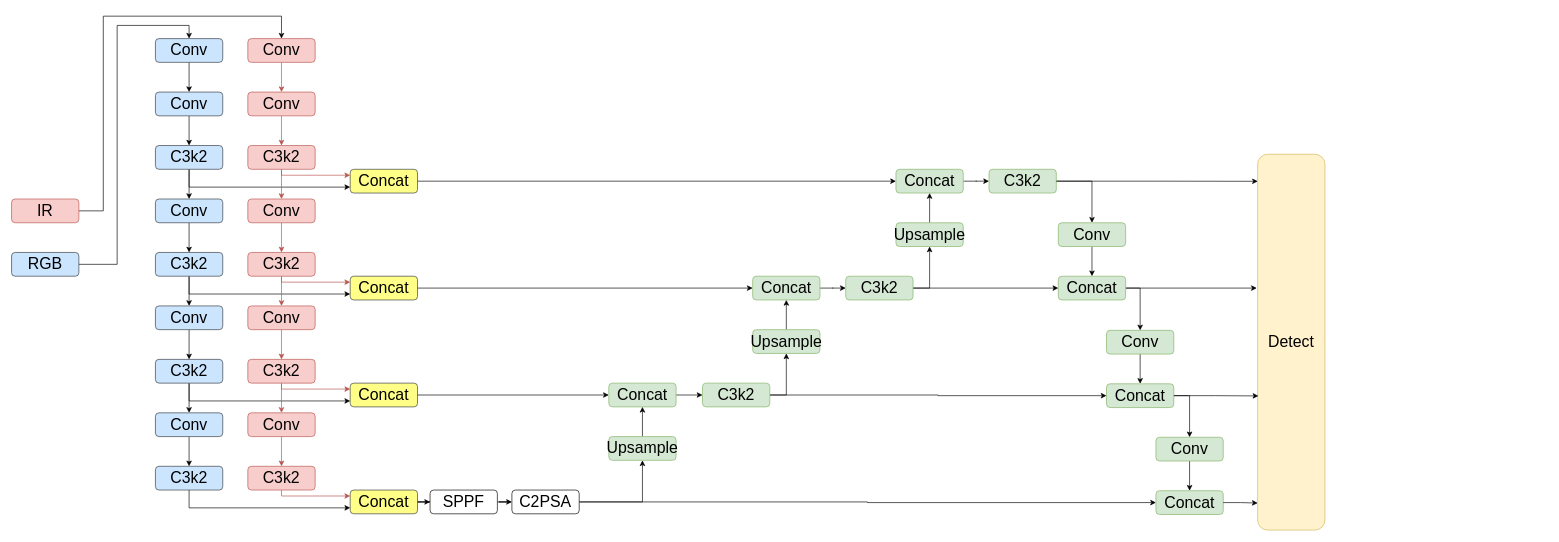
This is baselinep2345.drawio from COSMOSHH/drawio-github, a draw.io file, before an edit. Source tidied: cells renumbered, new cells numbered last; positions are measured from the earlier drawing's top-left corner, leaving out a move shared by most shapes. Both pictures are drawn from the tidied source at 66%, with x=0, y=0 at pixel (11, 16).
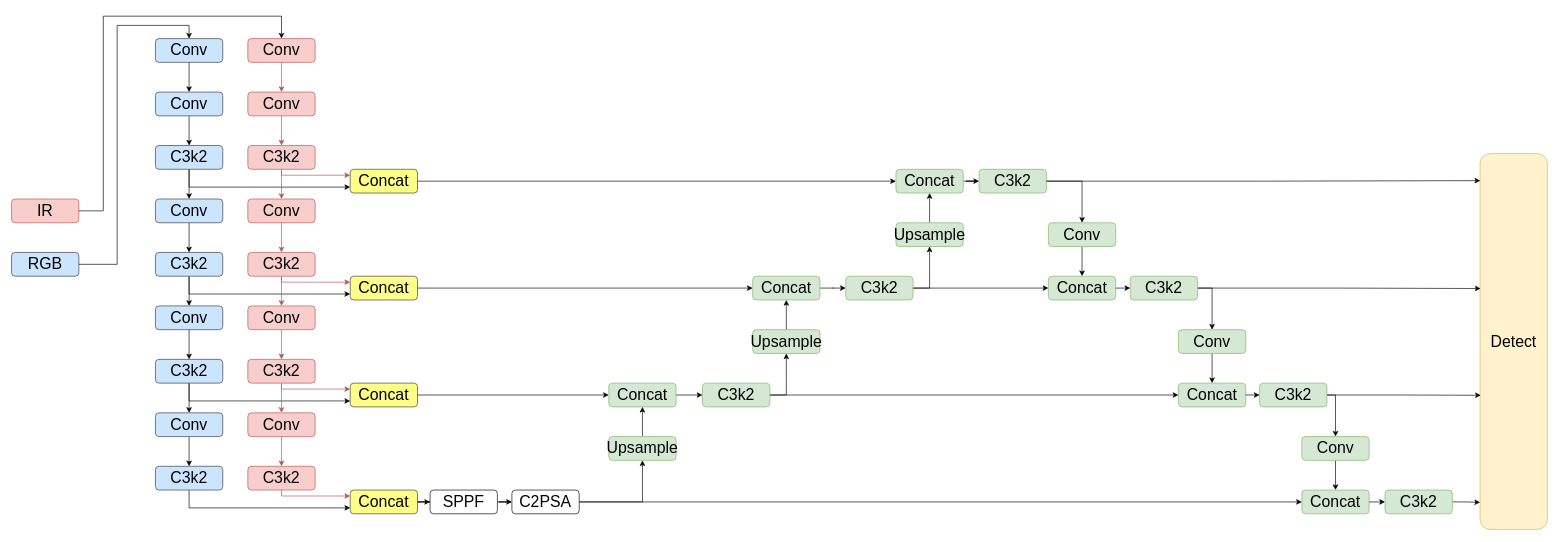
The same diagram, later.

The edit, as a diff of the source:
```diff
@@
     <mxCell id="28" value="&lt;span style=&quot;font-size: 24px;&quot;&gt;Conv&lt;/span&gt;" style="rounded=1;whiteSpace=wrap;html=1;fillColor=#d5e8d4;strokeColor=#82b366;" parent="1" vertex="1">
-      <mxGeometry x="1659" y="476" width="102" height="36" as="geometry" />
+      <mxGeometry x="1768" y="475" width="102" height="36" as="geometry" />
     </mxCell>
-    <mxCell id="29" style="edgeStyle=orthogonalEdgeStyle;rounded=0;jettySize=auto;html=1;exitX=1;exitY=0.5;exitDx=0;exitDy=0;entryX=0.5;entryY=0;entryDx=0;entryDy=0;" parent="1" edge="1" source="30" target="32">
-      <mxGeometry relative="1" as="geometry" />
-    </mxCell>
     <mxCell id="30" value="&lt;span style=&quot;font-size: 24px;&quot;&gt;Concat&lt;/span&gt;" style="rounded=1;whiteSpace=wrap;html=1;fillColor=#d5e8d4;strokeColor=#82b366;" parent="1" vertex="1">
-      <mxGeometry x="1659" y="557" width="102" height="36" as="geometry" />
+      <mxGeometry x="1768" y="556" width="102" height="36" as="geometry" />
     </mxCell>
@@
     <mxCell id="32" value="&lt;span style=&quot;font-size: 24px;&quot;&gt;Conv&lt;/span&gt;" style="rounded=1;whiteSpace=wrap;html=1;fillColor=#d5e8d4;strokeColor=#82b366;" parent="1" vertex="1">
-      <mxGeometry x="1733.9" y="638" width="102" height="36" as="geometry" />
+      <mxGeometry x="1955" y="637" width="102" height="36" as="geometry" />
     </mxCell>
     <mxCell id="33" value="&lt;span style=&quot;font-size: 24px;&quot;&gt;Concat&lt;/span&gt;" style="rounded=1;whiteSpace=wrap;html=1;fillColor=#d5e8d4;strokeColor=#82b366;" parent="1" vertex="1">
-      <mxGeometry x="1733.9" y="719" width="102" height="36" as="geometry" />
+      <mxGeometry x="1955" y="718" width="102" height="36" as="geometry" />
     </mxCell>
     <mxCell id="34" value="&lt;span style=&quot;font-size: 24px;&quot;&gt;Detect&lt;/span&gt;" style="rounded=1;whiteSpace=wrap;html=1;fillColor=#fff2cc;strokeColor=#d6b656;" parent="1" vertex="1">
-      <mxGeometry x="1888" y="209.2" width="102" height="569.5" as="geometry" />
+      <mxGeometry x="2225" y="208.2" width="102" height="569.5" as="geometry" />
     </mxCell>
@@
     <mxCell id="86" value="&lt;span style=&quot;font-size: 24px;&quot;&gt;C3k2&lt;/span&gt;" style="rounded=1;whiteSpace=wrap;html=1;fillColor=#d5e8d4;strokeColor=#82b366;" parent="1" vertex="1">
-      <mxGeometry x="1481" y="232" width="102" height="36" as="geometry" />
+      <mxGeometry x="1466" y="232" width="102" height="36" as="geometry" />
     </mxCell>
@@
     <mxCell id="90" value="&lt;span style=&quot;font-size: 24px;&quot;&gt;Conv&lt;/span&gt;" style="rounded=1;whiteSpace=wrap;html=1;fillColor=#d5e8d4;strokeColor=#82b366;" parent="1" vertex="1">
-      <mxGeometry x="1586" y="313" width="102" height="36" as="geometry" />
+      <mxGeometry x="1571" y="313" width="102" height="36" as="geometry" />
     </mxCell>
-    <mxCell id="91" style="edgeStyle=orthogonalEdgeStyle;rounded=0;jettySize=auto;html=1;exitX=1;exitY=0.5;exitDx=0;exitDy=0;entryX=0.5;entryY=0;entryDx=0;entryDy=0;" parent="1" edge="1" source="93" target="28">
-      <mxGeometry relative="1" as="geometry" />
-    </mxCell>
-    <mxCell id="92" style="edgeStyle=orthogonalEdgeStyle;rounded=0;jettySize=auto;html=1;exitX=1;exitY=0.5;exitDx=0;exitDy=0;" parent="1" edge="1" source="93">
-      <mxGeometry relative="1" as="geometry">
-        <mxPoint x="1886.7" y="412" as="targetPoint" />
-      </mxGeometry>
+    <mxCell id="92" style="edgeStyle=orthogonalEdgeStyle;rounded=0;jettySize=auto;html=1;exitX=1;exitY=0.5;exitDx=0;exitDy=0;entryX=0.008;entryY=0.359;entryDx=0;entryDy=0;entryPerimeter=0;" parent="1" edge="1" source="102" target="34">
+      <mxGeometry relative="1" as="geometry" />
     </mxCell>
+    <mxCell id="97" style="edgeStyle=orthogonalEdgeStyle;rounded=0;jettySize=auto;html=1;exitX=1;exitY=0.5;exitDx=0;exitDy=0;entryX=0.5;entryY=0;entryDx=0;entryDy=0;" parent="1" edge="1" source="102" target="28">
+      <mxGeometry relative="1" as="geometry" />
+    </mxCell>
     <mxCell id="93" value="&lt;span style=&quot;font-size: 24px;&quot;&gt;Concat&lt;/span&gt;" style="rounded=1;whiteSpace=wrap;html=1;fillColor=#d5e8d4;strokeColor=#82b366;" parent="1" vertex="1">
-      <mxGeometry x="1586" y="394" width="102" height="36" as="geometry" />
+      <mxGeometry x="1571" y="394" width="102" height="36" as="geometry" />
     </mxCell>
@@
-    <mxCell id="95" style="edgeStyle=orthogonalEdgeStyle;rounded=0;jettySize=auto;html=1;exitX=1;exitY=0.5;exitDx=0;exitDy=0;entryX=0.011;entryY=0.643;entryDx=0;entryDy=0;entryPerimeter=0;" parent="1" edge="1" source="30" target="34">
+    <mxCell id="95" style="edgeStyle=orthogonalEdgeStyle;rounded=0;jettySize=auto;html=1;exitX=1;exitY=0.5;exitDx=0;exitDy=0;entryX=0.011;entryY=0.643;entryDx=0;entryDy=0;entryPerimeter=0;" parent="1" edge="1" source="101" target="34">
       <mxGeometry relative="1" as="geometry" />
     </mxCell>
-    <mxCell id="96" style="edgeStyle=orthogonalEdgeStyle;rounded=0;jettySize=auto;html=1;exitX=1;exitY=0.5;exitDx=0;exitDy=0;entryX=0.001;entryY=0.928;entryDx=0;entryDy=0;entryPerimeter=0;" parent="1" edge="1" source="33" target="34">
+    <mxCell id="96" style="edgeStyle=orthogonalEdgeStyle;rounded=0;jettySize=auto;html=1;exitX=1;exitY=0.5;exitDx=0;exitDy=0;entryX=0.001;entryY=0.928;entryDx=0;entryDy=0;entryPerimeter=0;" parent="1" edge="1" source="104" target="34">
       <mxGeometry relative="1" as="geometry" />
     </mxCell>
+    <mxCell id="98" style="edgeStyle=orthogonalEdgeStyle;rounded=0;jettySize=auto;html=1;exitX=1;exitY=0.5;exitDx=0;exitDy=0;entryX=0;entryY=0.5;entryDx=0;entryDy=0;" parent="1" edge="1" source="93" target="102">
+      <mxGeometry relative="1" as="geometry" />
+    </mxCell>
+    <mxCell id="99" style="edgeStyle=orthogonalEdgeStyle;rounded=0;jettySize=auto;html=1;exitX=1;exitY=0.5;exitDx=0;exitDy=0;entryX=0;entryY=0.5;entryDx=0;entryDy=0;" parent="1" edge="1" source="30" target="101">
+      <mxGeometry relative="1" as="geometry" />
+    </mxCell>
+    <mxCell id="100" style="edgeStyle=orthogonalEdgeStyle;rounded=0;jettySize=auto;html=1;exitX=1;exitY=0.5;exitDx=0;exitDy=0;entryX=0.5;entryY=0;entryDx=0;entryDy=0;" parent="1" edge="1" target="32">
+      <mxGeometry relative="1" as="geometry">
+        <mxPoint x="1991" y="574" as="sourcePoint" />
+        <Array as="points">
+          <mxPoint x="2006" y="574" />
+        </Array>
+      </mxGeometry>
+    </mxCell>
+    <mxCell id="101" value="&lt;span style=&quot;font-size: 24px;&quot;&gt;C3k2&lt;/span&gt;" style="rounded=1;whiteSpace=wrap;html=1;fillColor=#d5e8d4;strokeColor=#82b366;" parent="1" vertex="1">
+      <mxGeometry x="1891" y="556" width="102" height="36" as="geometry" />
+    </mxCell>
+    <mxCell id="102" value="&lt;span style=&quot;font-size: 24px;&quot;&gt;C3k2&lt;/span&gt;" style="rounded=1;whiteSpace=wrap;html=1;fillColor=#d5e8d4;strokeColor=#82b366;" parent="1" vertex="1">
+      <mxGeometry x="1695" y="394" width="102" height="36" as="geometry" />
+    </mxCell>
+    <mxCell id="103" style="edgeStyle=orthogonalEdgeStyle;rounded=0;jettySize=auto;html=1;exitX=1;exitY=0.5;exitDx=0;exitDy=0;entryX=0;entryY=0.5;entryDx=0;entryDy=0;" parent="1" edge="1" source="33" target="104">
+      <mxGeometry relative="1" as="geometry" />
+    </mxCell>
+    <mxCell id="104" value="&lt;span style=&quot;font-size: 24px;&quot;&gt;C3k2&lt;/span&gt;" style="rounded=1;whiteSpace=wrap;html=1;fillColor=#d5e8d4;strokeColor=#82b366;" parent="1" vertex="1">
+      <mxGeometry x="2081" y="718" width="102" height="36" as="geometry" />
+    </mxCell>
```
